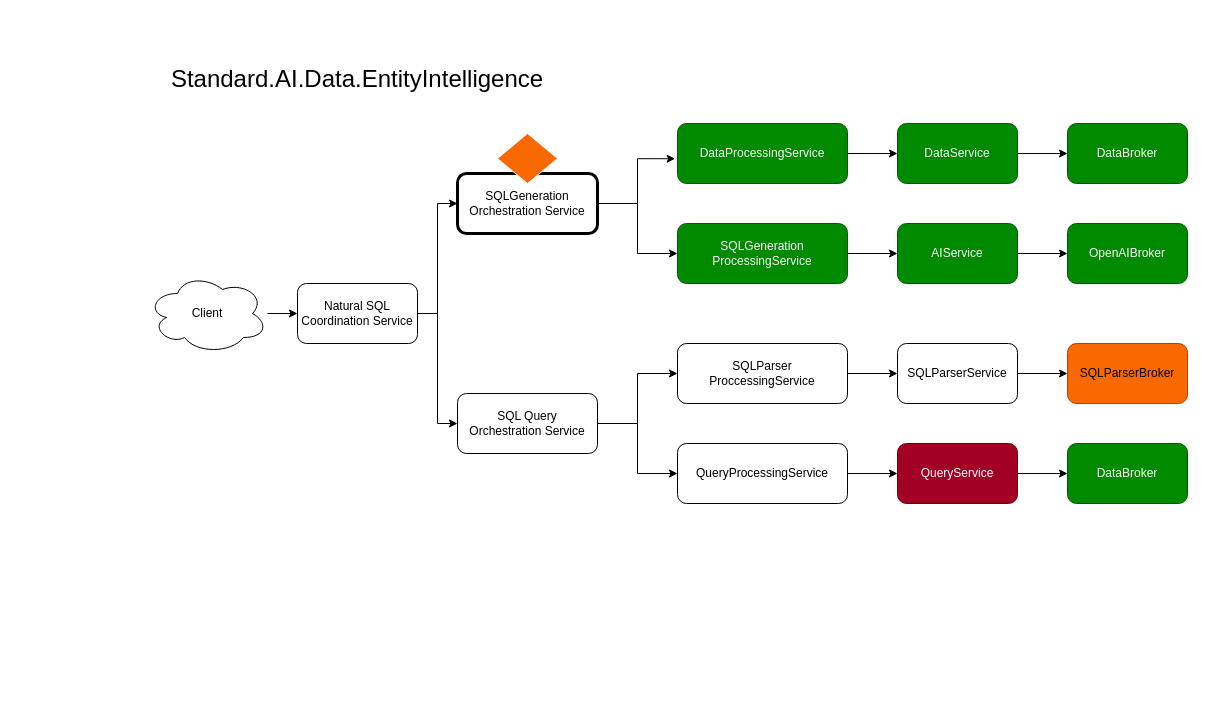
hassanhabib/Standard.AI.Data.EntityIntelligence keeps this draw.io diagram as stateoftheproject.drawio. Above is the earlier version. Source tidied: cells renumbered, new cells numbered last; positions are measured from the earlier drawing's top-left corner, leaving out a move shared by most shapes. Both pictures are drawn from the tidied source at 100%, with x=0, y=0 at pixel (147, 63).
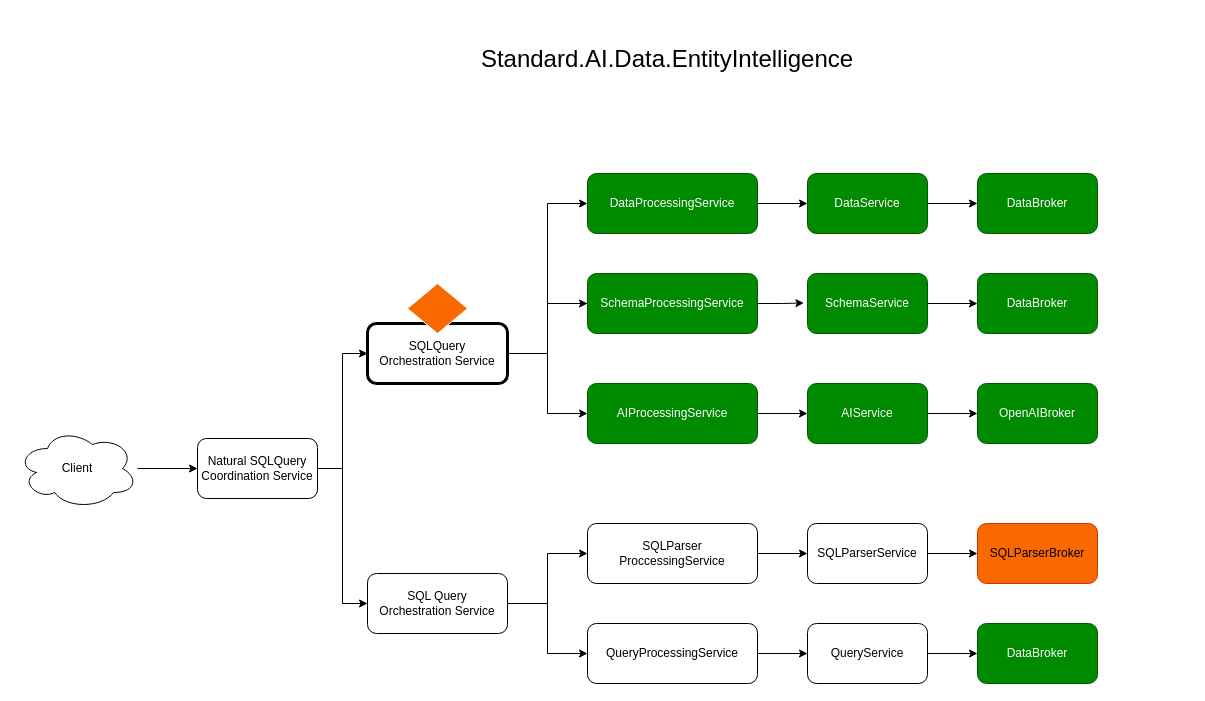
After the change.

Diff of the diagram source:
```diff
@@
     <mxCell id="2" value="DataBroker" style="rounded=1;whiteSpace=wrap;html=1;fillColor=#008a00;fontColor=#ffffff;strokeColor=#005700;" parent="1" vertex="1">
-      <mxGeometry x="920" y="60" width="120" height="60" as="geometry" />
+      <mxGeometry x="830" y="110" width="120" height="60" as="geometry" />
     </mxCell>
     <mxCell id="3" value="OpenAIBroker" style="rounded=1;whiteSpace=wrap;html=1;fillColor=#008a00;fontColor=#ffffff;strokeColor=#005700;" parent="1" vertex="1">
-      <mxGeometry x="920" y="160" width="120" height="60" as="geometry" />
+      <mxGeometry x="830" y="320" width="120" height="60" as="geometry" />
     </mxCell>
     <mxCell id="4" value="SQLParserBroker" style="rounded=1;whiteSpace=wrap;html=1;fillColor=#fa6800;fontColor=#000000;strokeColor=#C73500;" parent="1" vertex="1">
-      <mxGeometry x="920" y="280" width="120" height="60" as="geometry" />
+      <mxGeometry x="830" y="460" width="120" height="60" as="geometry" />
     </mxCell>
     <mxCell id="5" value="DataBroker" style="rounded=1;whiteSpace=wrap;html=1;fillColor=#008a00;fontColor=#ffffff;strokeColor=#005700;" parent="1" vertex="1">
-      <mxGeometry x="920" y="380" width="120" height="60" as="geometry" />
+      <mxGeometry x="830" y="560" width="120" height="60" as="geometry" />
     </mxCell>
@@
     <mxCell id="7" value="DataService" style="rounded=1;whiteSpace=wrap;html=1;fillColor=#008a00;fontColor=#ffffff;strokeColor=#005700;" parent="1" vertex="1">
-      <mxGeometry x="750" y="60" width="120" height="60" as="geometry" />
+      <mxGeometry x="660" y="110" width="120" height="60" as="geometry" />
     </mxCell>
@@
     <mxCell id="9" value="AIService" style="rounded=1;whiteSpace=wrap;html=1;fillColor=#008a00;fontColor=#ffffff;strokeColor=#005700;" parent="1" vertex="1">
-      <mxGeometry x="750" y="160" width="120" height="60" as="geometry" />
+      <mxGeometry x="660" y="320" width="120" height="60" as="geometry" />
     </mxCell>
@@
     <mxCell id="11" value="SQLParserService" style="rounded=1;whiteSpace=wrap;html=1;" parent="1" vertex="1">
-      <mxGeometry x="750" y="280" width="120" height="60" as="geometry" />
+      <mxGeometry x="660" y="460" width="120" height="60" as="geometry" />
     </mxCell>
@@
-    <mxCell id="13" value="QueryService" style="rounded=1;whiteSpace=wrap;html=1;fillColor=#a20025;fontColor=#ffffff;strokeColor=#6F0000;" parent="1" vertex="1">
-      <mxGeometry x="750" y="380" width="120" height="60" as="geometry" />
+    <mxCell id="13" value="QueryService" style="rounded=1;whiteSpace=wrap;html=1;" parent="1" vertex="1">
+      <mxGeometry x="660" y="560" width="120" height="60" as="geometry" />
     </mxCell>
@@
     <mxCell id="15" value="DataProcessingService" style="rounded=1;whiteSpace=wrap;html=1;fillColor=#008a00;fontColor=#ffffff;strokeColor=#005700;" parent="1" vertex="1">
-      <mxGeometry x="530" y="60" width="170" height="60" as="geometry" />
+      <mxGeometry x="440" y="110" width="170" height="60" as="geometry" />
     </mxCell>
@@
-    <mxCell id="17" value="SQLGeneration&lt;br&gt;ProcessingService" style="rounded=1;whiteSpace=wrap;html=1;fillColor=#008a00;fontColor=#ffffff;strokeColor=#005700;" parent="1" vertex="1">
-      <mxGeometry x="530" y="160" width="170" height="60" as="geometry" />
+    <mxCell id="17" value="AIProcessingService" style="rounded=1;whiteSpace=wrap;html=1;fillColor=#008a00;fontColor=#ffffff;strokeColor=#005700;" parent="1" vertex="1">
+      <mxGeometry x="440" y="320" width="170" height="60" as="geometry" />
     </mxCell>
@@
     <mxCell id="19" value="SQLParser&lt;br&gt;ProccessingService" style="rounded=1;whiteSpace=wrap;html=1;" parent="1" vertex="1">
-      <mxGeometry x="530" y="280" width="170" height="60" as="geometry" />
+      <mxGeometry x="440" y="460" width="170" height="60" as="geometry" />
     </mxCell>
@@
     <mxCell id="21" value="QueryProcessingService" style="rounded=1;whiteSpace=wrap;html=1;" parent="1" vertex="1">
-      <mxGeometry x="530" y="380" width="170" height="60" as="geometry" />
+      <mxGeometry x="440" y="560" width="170" height="60" as="geometry" />
     </mxCell>
+    <mxCell id="35" style="edgeStyle=orthogonalEdgeStyle;rounded=0;jettySize=auto;html=1;entryX=0;entryY=0.5;entryDx=0;entryDy=0;" parent="1" edge="1" source="23" target="39">
+      <mxGeometry relative="1" as="geometry" />
+    </mxCell>
-    <mxCell id="22" style="edgeStyle=orthogonalEdgeStyle;rounded=0;jettySize=auto;html=1;entryX=0;entryY=0.5;entryDx=0;entryDy=0;" parent="1" edge="1" source="23" target="17">
+    <mxCell id="22" style="edgeStyle=orthogonalEdgeStyle;rounded=0;jettySize=auto;html=1;" parent="1" edge="1" source="23" target="17">
       <mxGeometry relative="1" as="geometry" />
     </mxCell>
-    <mxCell id="23" value="SQLGeneration&lt;br&gt;Orchestration Service" style="rounded=1;whiteSpace=wrap;html=1;strokeWidth=3;" parent="1" vertex="1">
-      <mxGeometry x="310" y="110" width="140" height="60" as="geometry" />
+    <mxCell id="23" value="SQLQuery&lt;br&gt;Orchestration Service" style="rounded=1;whiteSpace=wrap;html=1;strokeWidth=3;" parent="1" vertex="1">
+      <mxGeometry x="220" y="260" width="140" height="60" as="geometry" />
     </mxCell>
@@
     <mxCell id="26" value="SQL Query&lt;br&gt;Orchestration Service" style="rounded=1;whiteSpace=wrap;html=1;" parent="1" vertex="1">
-      <mxGeometry x="310" y="330" width="140" height="60" as="geometry" />
+      <mxGeometry x="220" y="510" width="140" height="60" as="geometry" />
     </mxCell>
@@
-    <mxCell id="29" value="Natural SQL Coordination Service" style="rounded=1;whiteSpace=wrap;html=1;" parent="1" vertex="1">
-      <mxGeometry x="150" y="220" width="120" height="60" as="geometry" />
+    <mxCell id="29" value="Natural SQLQuery Coordination Service" style="rounded=1;whiteSpace=wrap;html=1;" parent="1" vertex="1">
+      <mxGeometry x="50" y="375" width="120" height="60" as="geometry" />
     </mxCell>
-    <mxCell id="30" style="edgeStyle=orthogonalEdgeStyle;rounded=0;jettySize=auto;html=1;entryX=-0.014;entryY=0.587;entryDx=0;entryDy=0;entryPerimeter=0;" parent="1" edge="1" source="23" target="15">
-      <mxGeometry relative="1" as="geometry" />
-    </mxCell>
@@
     <mxCell id="32" value="Client" style="ellipse;shape=cloud;whiteSpace=wrap;html=1;" parent="1" vertex="1">
-      <mxGeometry y="210" width="120" height="80" as="geometry" />
+      <mxGeometry x="-130" y="365" width="120" height="80" as="geometry" />
     </mxCell>
     <mxCell id="33" value="&lt;p style=&quot;line-height: 140%; font-size: 24px;&quot;&gt;&lt;span style=&quot;background-color: initial;&quot;&gt;Standard.AI.Data.EntityIntelligence&lt;/span&gt;&lt;br&gt;&lt;/p&gt;" style="text;html=1;strokeColor=none;fillColor=none;align=center;verticalAlign=middle;whiteSpace=wrap;rounded=0;" parent="1" vertex="1">
-      <mxGeometry x="180" width="60" height="30" as="geometry" />
+      <mxGeometry x="490" y="-20" width="60" height="30" as="geometry" />
     </mxCell>
     <mxCell id="34" style="rhombus;whiteSpace=wrap;html=1;fillColor=#fa6800;strokeColor=#FFFFFF;fontColor=#000000;" parent="1" vertex="1">
-      <mxGeometry x="350" y="70" width="60" height="50" as="geometry" />
+      <mxGeometry x="260" y="220" width="60" height="50" as="geometry" />
     </mxCell>
+    <mxCell id="36" style="edgeStyle=orthogonalEdgeStyle;rounded=0;jettySize=auto;html=1;entryX=0;entryY=0.5;entryDx=0;entryDy=0;" parent="1" edge="1" source="37" target="41">
+      <mxGeometry relative="1" as="geometry" />
+    </mxCell>
+    <mxCell id="37" value="SchemaService" style="rounded=1;whiteSpace=wrap;html=1;fillColor=#008a00;fontColor=#ffffff;strokeColor=#005700;" parent="1" vertex="1">
+      <mxGeometry x="660" y="210" width="120" height="60" as="geometry" />
+    </mxCell>
+    <mxCell id="38" style="edgeStyle=orthogonalEdgeStyle;rounded=0;jettySize=auto;html=1;entryX=0;entryY=0.5;entryDx=0;entryDy=0;exitX=0;exitY=0.5;exitDx=0;exitDy=0;" parent="1" edge="1" source="39" target="15">
+      <mxGeometry relative="1" as="geometry">
+        <Array as="points">
+          <mxPoint x="400" y="240" />
+          <mxPoint x="400" y="140" />
+        </Array>
+      </mxGeometry>
+    </mxCell>
+    <mxCell id="39" value="SchemaProcessingService" style="rounded=1;whiteSpace=wrap;html=1;fillColor=#008a00;fontColor=#ffffff;strokeColor=#005700;" parent="1" vertex="1">
+      <mxGeometry x="440" y="210" width="170" height="60" as="geometry" />
+    </mxCell>
+    <mxCell id="40" style="edgeStyle=orthogonalEdgeStyle;rounded=0;jettySize=auto;html=1;entryX=-0.03;entryY=0.491;entryDx=0;entryDy=0;entryPerimeter=0;" parent="1" edge="1" source="39" target="37">
+      <mxGeometry relative="1" as="geometry" />
+    </mxCell>
+    <mxCell id="41" value="DataBroker" style="rounded=1;whiteSpace=wrap;html=1;fillColor=#008a00;fontColor=#ffffff;strokeColor=#005700;" parent="1" vertex="1">
+      <mxGeometry x="830" y="210" width="120" height="60" as="geometry" />
+    </mxCell>
```
